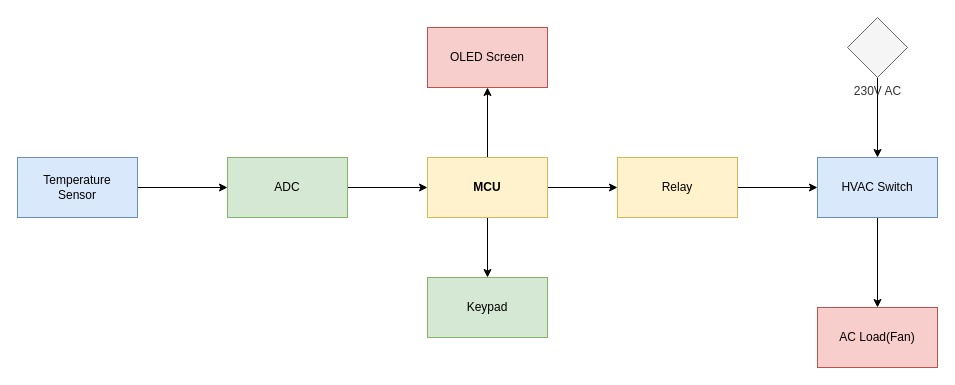
This is HomemadeThermostat.drawio from bytecod3/silvaback-thermostat, a draw.io file, before an edit. Source tidied: cells renumbered, new cells numbered last; positions are measured from the earlier drawing's top-left corner, leaving out a move shared by most shapes. Both pictures are drawn from the tidied source at 100%, with x=0, y=0 at pixel (17, 17).
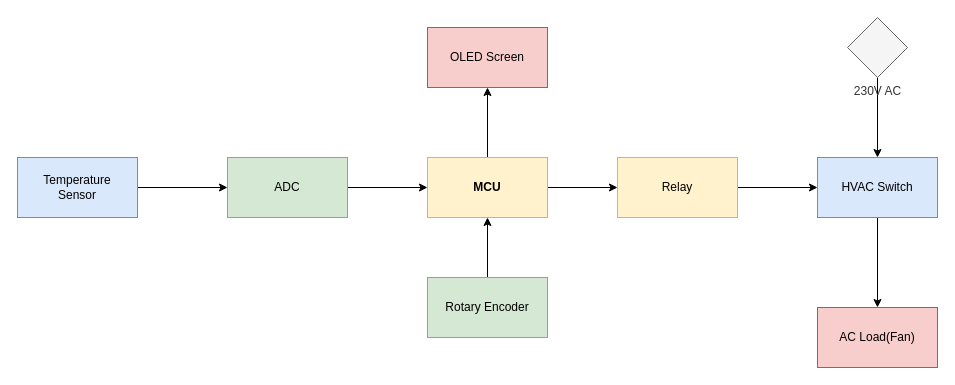
The same page after the edit.

Change to the diagram source:
```diff
@@
 <mxGraphModel>
   <root>
     <mxCell id="0" />
     <mxCell id="1" parent="0" />
     <mxCell id="2" style="edgeStyle=orthogonalEdgeStyle;rounded=0;jettySize=auto;html=1;entryX=0;entryY=0.5;entryDx=0;entryDy=0;" parent="1" edge="1" source="3" target="5">
       <mxGeometry relative="1" as="geometry" />
     </mxCell>
     <mxCell id="3" value="Temperature&lt;br&gt;Sensor" style="rounded=0;whiteSpace=wrap;html=1;fillColor=#dae8fc;strokeColor=#6c8ebf;" parent="1" vertex="1">
       <mxGeometry y="140" width="120" height="60" as="geometry" />
     </mxCell>
     <mxCell id="4" style="edgeStyle=orthogonalEdgeStyle;rounded=0;jettySize=auto;html=1;entryX=0;entryY=0.5;entryDx=0;entryDy=0;" parent="1" edge="1" source="5" target="9">
       <mxGeometry relative="1" as="geometry" />
     </mxCell>
     <mxCell id="5" value="ADC" style="rounded=0;whiteSpace=wrap;html=1;fillColor=#d5e8d4;strokeColor=#82b366;" parent="1" vertex="1">
       <mxGeometry x="210" y="140" width="120" height="60" as="geometry" />
     </mxCell>
-    <mxCell id="6" style="edgeStyle=orthogonalEdgeStyle;rounded=0;jettySize=auto;html=1;entryX=0.5;entryY=0;entryDx=0;entryDy=0;" parent="1" edge="1" source="9" target="10">
-      <mxGeometry relative="1" as="geometry" />
-    </mxCell>
     <mxCell id="7" style="edgeStyle=orthogonalEdgeStyle;rounded=0;jettySize=auto;html=1;entryX=0.5;entryY=1;entryDx=0;entryDy=0;" parent="1" edge="1" source="9" target="11">
       <mxGeometry relative="1" as="geometry" />
     </mxCell>
     <mxCell id="8" style="edgeStyle=orthogonalEdgeStyle;rounded=0;jettySize=auto;html=1;entryX=0;entryY=0.5;entryDx=0;entryDy=0;" parent="1" edge="1" source="9" target="13">
       <mxGeometry relative="1" as="geometry" />
     </mxCell>
     <mxCell id="9" value="&lt;b&gt;MCU&lt;/b&gt;" style="rounded=0;whiteSpace=wrap;html=1;fillColor=#fff2cc;strokeColor=#d6b656;" parent="1" vertex="1">
       <mxGeometry x="410" y="140" width="120" height="60" as="geometry" />
     </mxCell>
+    <mxCell id="19" style="edgeStyle=orthogonalEdgeStyle;rounded=0;jettySize=auto;html=1;" parent="1" edge="1" source="10" target="9">
+      <mxGeometry relative="1" as="geometry" />
+    </mxCell>
-    <mxCell id="10" value="Keypad" style="rounded=0;whiteSpace=wrap;html=1;fillColor=#d5e8d4;strokeColor=#82b366;" parent="1" vertex="1">
+    <mxCell id="10" value="Rotary Encoder" style="rounded=0;whiteSpace=wrap;html=1;fillColor=#d5e8d4;strokeColor=#82b366;" parent="1" vertex="1">
       <mxGeometry x="410" y="260" width="120" height="60" as="geometry" />
     </mxCell>
     <mxCell id="11" value="OLED Screen" style="rounded=0;whiteSpace=wrap;html=1;fillColor=#f8cecc;strokeColor=#b85450;" parent="1" vertex="1">
       <mxGeometry x="410" y="10" width="120" height="60" as="geometry" />
     </mxCell>
     <mxCell id="12" style="edgeStyle=orthogonalEdgeStyle;rounded=0;jettySize=auto;html=1;entryX=0;entryY=0.5;entryDx=0;entryDy=0;" parent="1" edge="1" source="13" target="15">
       <mxGeometry relative="1" as="geometry" />
     </mxCell>
     <mxCell id="13" value="Relay" style="rounded=0;whiteSpace=wrap;html=1;fillColor=#fff2cc;strokeColor=#d6b656;" parent="1" vertex="1">
       <mxGeometry x="600" y="140" width="120" height="60" as="geometry" />
     </mxCell>
     <mxCell id="14" style="edgeStyle=orthogonalEdgeStyle;rounded=0;jettySize=auto;html=1;entryX=0.5;entryY=0;entryDx=0;entryDy=0;" parent="1" edge="1" source="15" target="16">
       <mxGeometry relative="1" as="geometry" />
     </mxCell>
     <mxCell id="15" value="HVAC Switch" style="rounded=0;whiteSpace=wrap;html=1;fillColor=#dae8fc;strokeColor=#6c8ebf;" parent="1" vertex="1">
       <mxGeometry x="800" y="140" width="120" height="60" as="geometry" />
     </mxCell>
     <mxCell id="16" value="AC Load(Fan)" style="rounded=0;whiteSpace=wrap;html=1;fillColor=#f8cecc;strokeColor=#b85450;" parent="1" vertex="1">
       <mxGeometry x="800" y="290" width="120" height="60" as="geometry" />
     </mxCell>
     <mxCell id="17" style="edgeStyle=orthogonalEdgeStyle;rounded=0;jettySize=auto;html=1;entryX=0.5;entryY=0;entryDx=0;entryDy=0;" parent="1" edge="1" source="18" target="15">
       <mxGeometry relative="1" as="geometry" />
     </mxCell>
     <mxCell id="18" value="230V AC" style="verticalLabelPosition=bottom;shadow=0;dashed=0;align=center;html=1;verticalAlign=top;shape=mxgraph.electrical.signal_sources.source;points=[[0.5,0,0],[1,0.5,0],[0.5,1,0],[0,0.5,0]];elSignalType=none;elSourceType=dependent;fillColor=#f5f5f5;fontColor=#333333;strokeColor=#666666;" parent="1" vertex="1">
       <mxGeometry x="830" width="60" height="60" as="geometry" />
     </mxCell>
   </root>
 </mxGraphModel>
```
